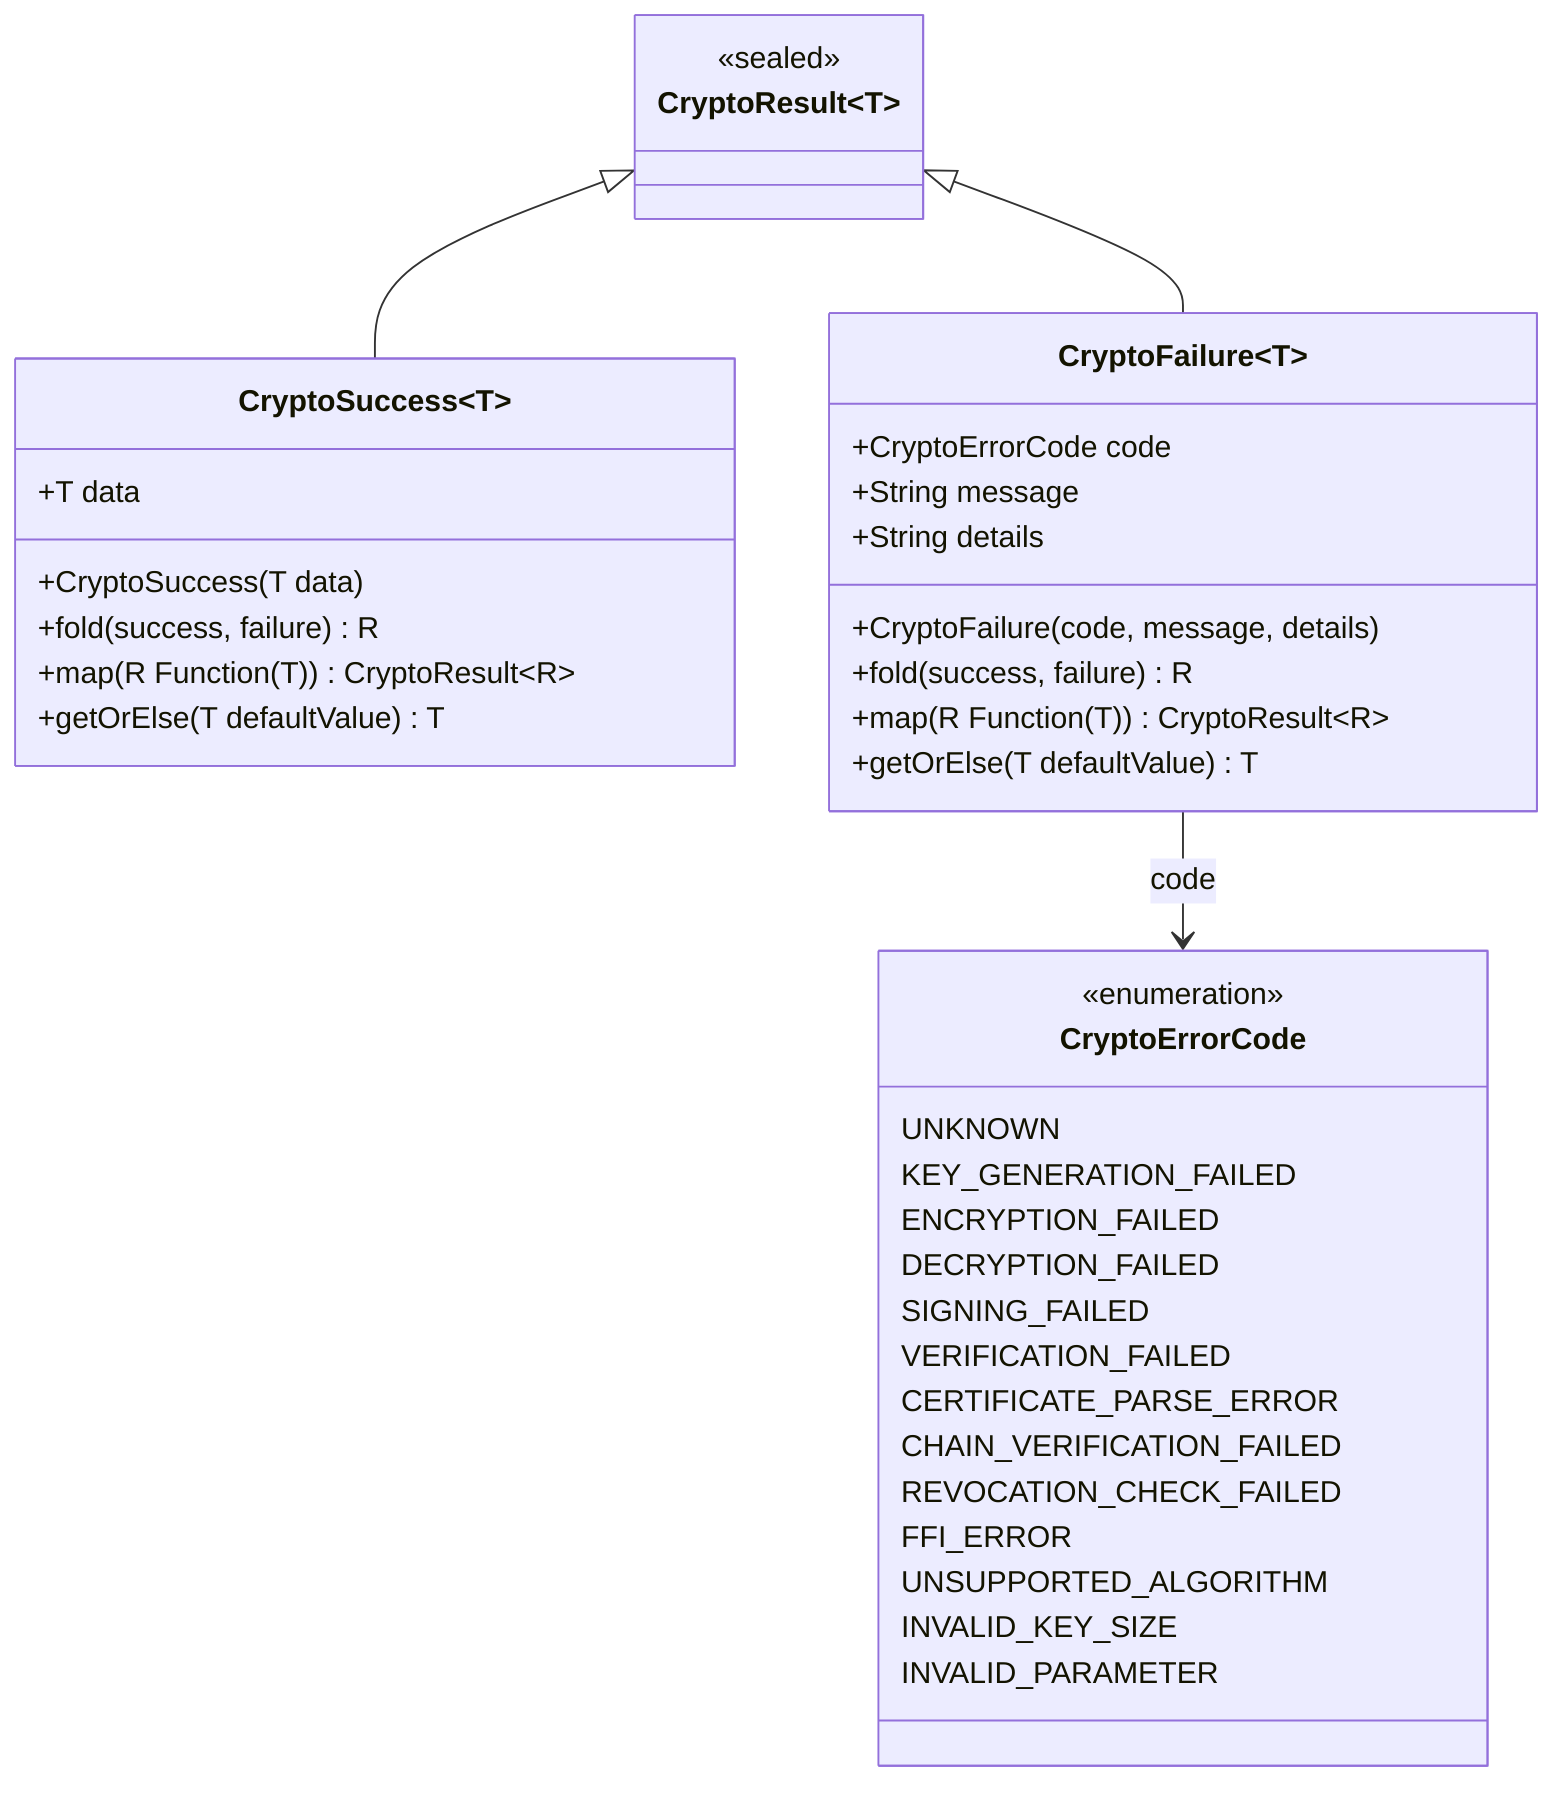
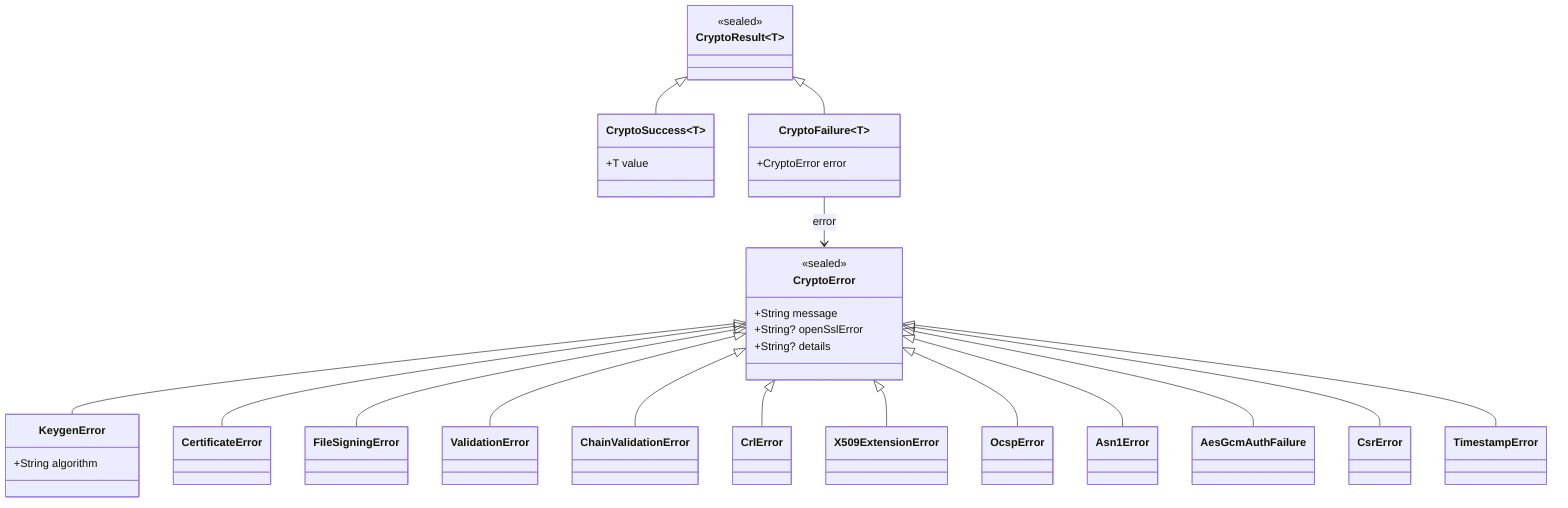
classDiagram
    class CryptoResult~T~ {
        <<sealed>>
    }

    class CryptoSuccess~T~ {
-         +T data
-         +CryptoSuccess(T data)
-         +fold(success, failure) R
-         +map(R Function(T)) CryptoResult~R~
-         +getOrElse(T defaultValue) T
+         +T value
    }

    class CryptoFailure~T~ {
-         +CryptoErrorCode code
-         +String message
-         +String details
-         +CryptoFailure(code, message, details)
-         +fold(success, failure) R
-         +map(R Function(T)) CryptoResult~R~
-         +getOrElse(T defaultValue) T
+         +CryptoError error
    }

-     class CryptoErrorCode {
-         <<enumeration>>
-         UNKNOWN
-         KEY_GENERATION_FAILED
-         ENCRYPTION_FAILED
-         DECRYPTION_FAILED
-         SIGNING_FAILED
-         VERIFICATION_FAILED
-         CERTIFICATE_PARSE_ERROR
-         CHAIN_VERIFICATION_FAILED
-         REVOCATION_CHECK_FAILED
-         FFI_ERROR
-         UNSUPPORTED_ALGORITHM
-         INVALID_KEY_SIZE
-         INVALID_PARAMETER
+     class CryptoError {
+         <<sealed>>
+         +String message
+         +String? openSslError
+         +String? details
+     }
+ 
+     class KeygenError {
+         +String algorithm
+     }
+ 
+     class CertificateError {
+     }
+ 
+     class FileSigningError {
+     }
+ 
+     class ValidationError {
+     }
+ 
+     class ChainValidationError {
+     }
+ 
+     class CrlError {
+     }
+ 
+     class X509ExtensionError {
+     }
+ 
+     class OcspError {
+     }
+ 
+     class Asn1Error {
+     }
+ 
+     class AesGcmAuthFailure {
+     }
+ 
+     class CsrError {
+     }
+ 
+     class TimestampError {
    }

    CryptoResult~T~ <|-- CryptoSuccess~T~
    CryptoResult~T~ <|-- CryptoFailure~T~
-     CryptoFailure~T~ --> CryptoErrorCode : code+     CryptoFailure~T~ --> CryptoError : error
+ 
+     CryptoError <|-- KeygenError
+     CryptoError <|-- CertificateError
+     CryptoError <|-- FileSigningError
+     CryptoError <|-- ValidationError
+     CryptoError <|-- ChainValidationError
+     CryptoError <|-- CrlError
+     CryptoError <|-- X509ExtensionError
+     CryptoError <|-- OcspError
+     CryptoError <|-- Asn1Error
+     CryptoError <|-- AesGcmAuthFailure
+     CryptoError <|-- CsrError
+     CryptoError <|-- TimestampError
